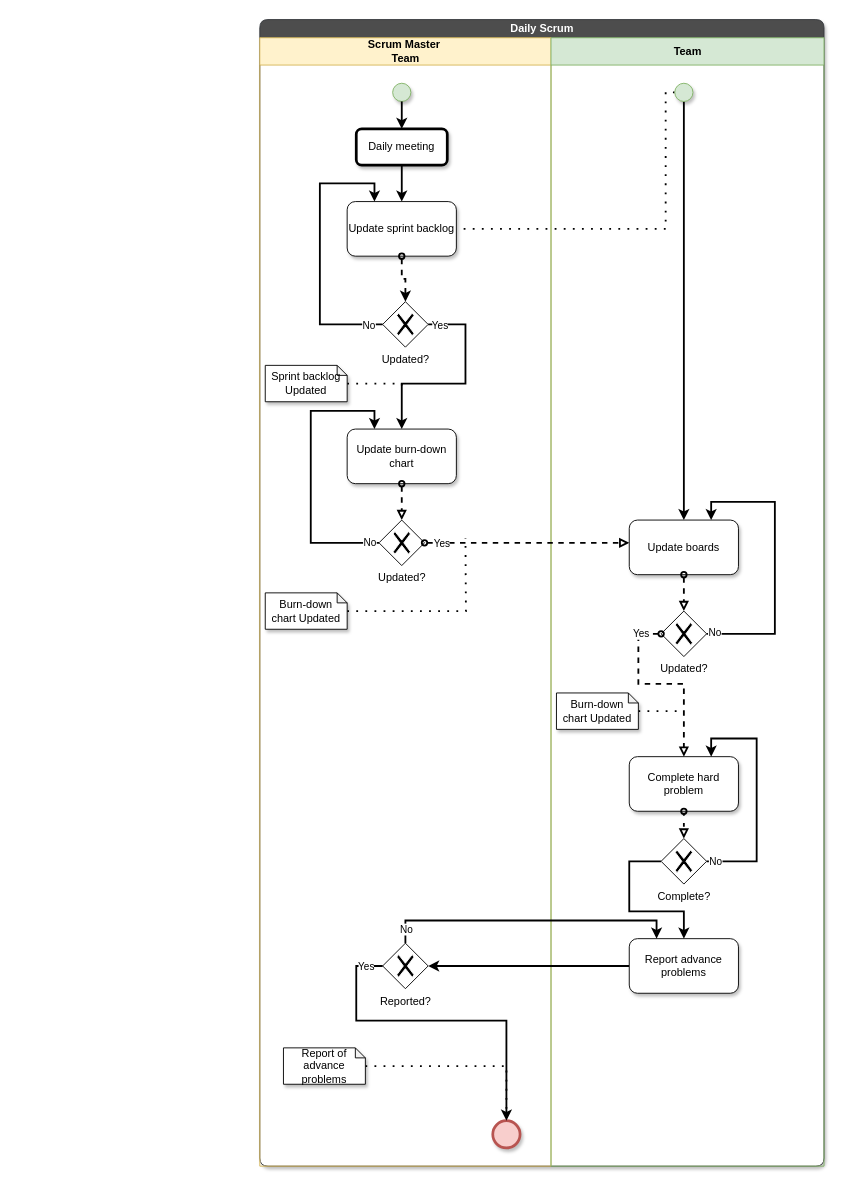
Before: page "Daly Meeting" (7 of 12) of BPMN_Pre-game.drawio in JavierCabreraDev/Metodologia_Practica, a draw.io diagram. Source tidied: cells renumbered, new cells numbered last; positions are measured from the earlier drawing's top-left corner, leaving out a move shared by most shapes. Both pictures are drawn from the tidied source at 91%, with x=0, y=0 at pixel (259, 19).
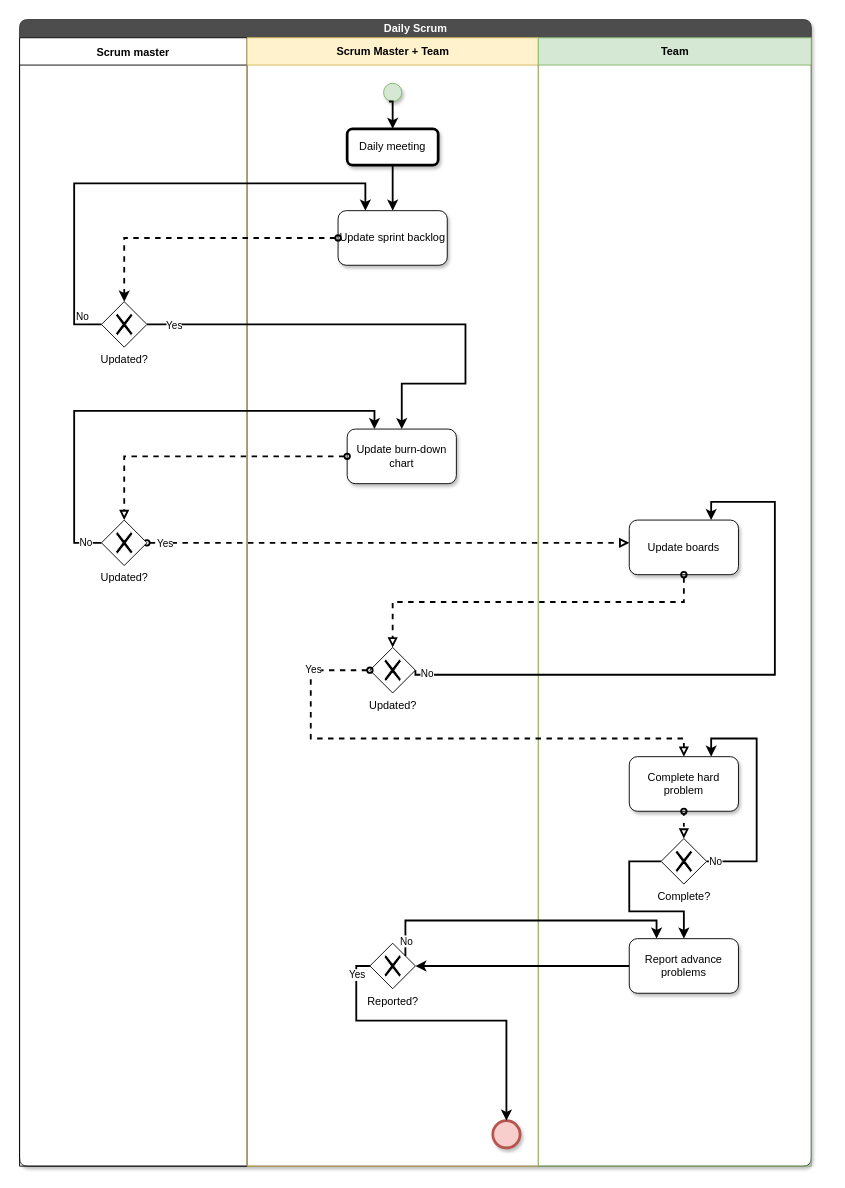
The same diagram, later.

Unchanged cells that the change refers to:
```xml
<mxCell id="23" value="Update burn-down chart" style="shape=ext;rounded=1;html=1;whiteSpace=wrap;shadow=1;glass=0;gradientColor=none;" parent="1" vertex="1">
  <mxGeometry x="96" y="450" width="120" height="60" as="geometry" />
</mxCell>
<mxCell id="29" value="Update boards" style="shape=ext;rounded=1;html=1;whiteSpace=wrap;shadow=1;glass=0;gradientColor=none;" parent="1" vertex="1">
  <mxGeometry x="406" y="550" width="120" height="60" as="geometry" />
</mxCell>
<mxCell id="30" style="edgeStyle=orthogonalEdgeStyle;rounded=0;jettySize=auto;html=1;startArrow=oval;startFill=0;endArrow=block;endFill=0;strokeWidth=2;dashed=1;" parent="1" edge="1" source="6">
  <mxGeometry relative="1" as="geometry">
    <mxPoint x="406" y="575" as="targetPoint" />
  </mxGeometry>
</mxCell>
<mxCell id="39" value="Complete hard problem" style="shape=ext;rounded=1;html=1;whiteSpace=wrap;shadow=1;glass=0;gradientColor=none;" parent="1" vertex="1">
  <mxGeometry x="406" y="810" width="120" height="60" as="geometry" />
</mxCell>
<mxCell id="52" style="shape=mxgraph.bpmn.shape;html=1;verticalLabelPosition=bottom;labelBackgroundColor=#ffffff;verticalAlign=top;align=center;perimeter=ellipsePerimeter;outlineConnect=0;outline=end;symbol=general;rounded=0;shadow=1;glass=0;fillColor=#f8cecc;strokeColor=#b85450;" parent="1" vertex="1">
  <mxGeometry x="256" y="1210" width="30" height="30" as="geometry" />
</mxCell>
```

Diff of the diagram source:
```diff
@@
     <mxCell id="2" value="&lt;font color=&quot;#ffffff&quot;&gt;Daily Scrum&lt;/font&gt;" style="swimlane;html=1;startSize=20;shadow=1;glass=0;swimlaneFillColor=#ffffff;strokeColor=#36393d;fillColor=#4D4D4D;rounded=1;sketch=0;" parent="1" vertex="1">
-      <mxGeometry width="620" height="1260" as="geometry" />
+      <mxGeometry x="-264" width="870" height="1260" as="geometry" />
     </mxCell>
+    <mxCell id="55" value="Scrum master" style="swimlane;startSize=30;" parent="2" vertex="1">
+      <mxGeometry y="20" width="250" height="1240" as="geometry" />
+    </mxCell>
+    <mxCell id="5" value="Updated?" style="shape=mxgraph.bpmn.shape;html=1;verticalLabelPosition=bottom;labelBackgroundColor=#ffffff;verticalAlign=top;align=center;perimeter=rhombusPerimeter;background=gateway;outlineConnect=0;outline=none;symbol=exclusiveGw;" parent="55" vertex="1">
+      <mxGeometry x="90" y="290" width="50" height="50" as="geometry" />
+    </mxCell>
-    <mxCell id="3" value="Scrum Master&amp;nbsp;&lt;br&gt;Team" style="swimlane;html=1;startSize=30;fillColor=#fff2cc;strokeColor=#d6b656;" parent="2" vertex="1">
-      <mxGeometry y="20" width="320" height="1240" as="geometry" />
+    <mxCell id="3" value="Scrum Master + Team" style="swimlane;html=1;startSize=30;fillColor=#fff2cc;strokeColor=#d6b656;" parent="2" vertex="1">
+      <mxGeometry x="250" y="20" width="320" height="1240" as="geometry" />
     </mxCell>
     <mxCell id="4" style="ellipse;whiteSpace=wrap;html=1;shadow=1;glass=0;fillColor=#d5e8d4;strokeColor=#82b366;" parent="3" vertex="1">
-      <mxGeometry x="146" y="50" width="20" height="20" as="geometry" />
+      <mxGeometry x="150" y="50" width="20" height="20" as="geometry" />
     </mxCell>
-    <mxCell id="5" value="Updated?" style="shape=mxgraph.bpmn.shape;html=1;verticalLabelPosition=bottom;labelBackgroundColor=#ffffff;verticalAlign=top;align=center;perimeter=rhombusPerimeter;background=gateway;outlineConnect=0;outline=none;symbol=exclusiveGw;" parent="3" vertex="1">
-      <mxGeometry x="135" y="290" width="50" height="50" as="geometry" />
-    </mxCell>
-    <mxCell id="6" value="Updated?" style="shape=mxgraph.bpmn.shape;html=1;verticalLabelPosition=bottom;labelBackgroundColor=#ffffff;verticalAlign=top;align=center;perimeter=rhombusPerimeter;background=gateway;outlineConnect=0;outline=none;symbol=exclusiveGw;" parent="3" vertex="1">
-      <mxGeometry x="131" y="530" width="50" height="50" as="geometry" />
-    </mxCell>
@@
+    <mxCell id="9" value="Updated?" style="shape=mxgraph.bpmn.shape;html=1;verticalLabelPosition=bottom;labelBackgroundColor=#ffffff;verticalAlign=top;align=center;perimeter=rhombusPerimeter;background=gateway;outlineConnect=0;outline=none;symbol=exclusiveGw;" parent="3" vertex="1">
+      <mxGeometry x="135" y="670" width="50" height="50" as="geometry" />
+    </mxCell>
     <mxCell id="8" value="Team" style="swimlane;html=1;startSize=30;fillColor=#d5e8d4;strokeColor=#82b366;" parent="2" vertex="1">
-      <mxGeometry x="320" y="20" width="300" height="1240" as="geometry" />
+      <mxGeometry x="570" y="20" width="300" height="1240" as="geometry" />
     </mxCell>
-    <mxCell id="9" value="Updated?" style="shape=mxgraph.bpmn.shape;html=1;verticalLabelPosition=bottom;labelBackgroundColor=#ffffff;verticalAlign=top;align=center;perimeter=rhombusPerimeter;background=gateway;outlineConnect=0;outline=none;symbol=exclusiveGw;" parent="8" vertex="1">
-      <mxGeometry x="121" y="630" width="50" height="50" as="geometry" />
-    </mxCell>
     <mxCell id="10" value="Complete?" style="shape=mxgraph.bpmn.shape;html=1;verticalLabelPosition=bottom;labelBackgroundColor=#ffffff;verticalAlign=top;align=center;perimeter=rhombusPerimeter;background=gateway;outlineConnect=0;outline=none;symbol=exclusiveGw;" parent="8" vertex="1">
-      <mxGeometry x="121" y="880" width="50" height="50" as="geometry" />
+      <mxGeometry x="135" y="880" width="50" height="50" as="geometry" />
     </mxCell>
@@
     <mxCell id="12" value="&lt;p&gt;&lt;font style=&quot;font-size: 12px&quot;&gt;Daily meeting&lt;/font&gt;&lt;/p&gt;" style="shape=ext;rounded=1;html=1;whiteSpace=wrap;strokeWidth=3;shadow=1;glass=0;" parent="1" vertex="1">
-      <mxGeometry x="106" y="120" width="100" height="40" as="geometry" />
+      <mxGeometry x="96" y="120" width="100" height="40" as="geometry" />
     </mxCell>
-    <mxCell id="13" style="edgeStyle=orthogonalEdgeStyle;rounded=0;jettySize=auto;html=1;startArrow=none;startFill=0;endArrow=classic;endFill=1;strokeWidth=2;" parent="1" edge="1" source="4" target="12">
+    <mxCell id="13" style="edgeStyle=orthogonalEdgeStyle;rounded=0;jettySize=auto;html=1;startArrow=none;startFill=0;endArrow=classic;endFill=1;strokeWidth=2;entryX=0.5;entryY=0;entryDx=0;entryDy=0;" parent="1" edge="1" target="12">
       <mxGeometry relative="1" as="geometry">
+        <mxPoint x="142" y="90" as="sourcePoint" />
         <Array as="points">
-          <mxPoint x="156" y="100" />
-          <mxPoint x="156" y="100" />
+          <mxPoint x="146" y="90" />
         </Array>
       </mxGeometry>
     </mxCell>
     <mxCell id="14" value="Update sprint backlog" style="shape=ext;rounded=1;html=1;whiteSpace=wrap;shadow=1;glass=0;gradientColor=none;" parent="1" vertex="1">
-      <mxGeometry x="96" y="200" width="120" height="60" as="geometry" />
+      <mxGeometry x="86" y="210" width="120" height="60" as="geometry" />
     </mxCell>
-    <mxCell id="15" style="edgeStyle=orthogonalEdgeStyle;rounded=0;jettySize=auto;html=1;entryX=1;entryY=0.5;entryDx=0;entryDy=0;startArrow=none;startFill=0;endArrow=none;endFill=0;strokeWidth=2;dashed=1;dashPattern=1 4;" parent="1" edge="1" source="17" target="14">
-      <mxGeometry relative="1" as="geometry">
-        <Array as="points">
-          <mxPoint x="446" y="80" />
-          <mxPoint x="446" y="230" />
-        </Array>
-      </mxGeometry>
-    </mxCell>
-    <mxCell id="16" style="edgeStyle=orthogonalEdgeStyle;rounded=0;jettySize=auto;html=1;entryX=0.5;entryY=0;entryDx=0;entryDy=0;startArrow=none;startFill=0;endArrow=classic;endFill=1;strokeWidth=2;" parent="1" edge="1" source="17" target="29">
-      <mxGeometry relative="1" as="geometry" />
-    </mxCell>
-    <mxCell id="17" style="ellipse;whiteSpace=wrap;html=1;shadow=1;glass=0;fillColor=#d5e8d4;strokeColor=#82b366;" parent="1" vertex="1">
-      <mxGeometry x="456" y="70" width="20" height="20" as="geometry" />
-    </mxCell>
     <mxCell id="18" style="edgeStyle=orthogonalEdgeStyle;rounded=0;jettySize=auto;html=1;dashed=1;startArrow=oval;startFill=0;endArrow=classic;endFill=1;strokeWidth=2;" parent="1" edge="1" source="14" target="5">
-      <mxGeometry relative="1" as="geometry" />
+      <mxGeometry relative="1" as="geometry">
+        <Array as="points">
+          <mxPoint x="-149" y="240" />
+        </Array>
+      </mxGeometry>
     </mxCell>
     <mxCell id="19" style="edgeStyle=orthogonalEdgeStyle;rounded=0;jettySize=auto;html=1;entryX=0.25;entryY=0;entryDx=0;entryDy=0;startArrow=none;startFill=0;endArrow=classic;endFill=1;strokeWidth=2;" parent="1" edge="1" source="5" target="14">
       <mxGeometry relative="1" as="geometry">
         <Array as="points">
-          <mxPoint x="66" y="335" />
-          <mxPoint x="66" y="180" />
-          <mxPoint x="126" y="180" />
+          <mxPoint x="-204" y="335" />
+          <mxPoint x="-204" y="180" />
+          <mxPoint x="116" y="180" />
         </Array>
       </mxGeometry>
     </mxCell>
@@
-    <mxCell id="21" style="edgeStyle=orthogonalEdgeStyle;rounded=0;jettySize=auto;html=1;startArrow=none;startFill=0;endArrow=none;endFill=0;strokeWidth=2;dashed=1;dashPattern=1 4;" parent="1" edge="1" source="22">
-      <mxGeometry relative="1" as="geometry">
-        <mxPoint x="156" y="410" as="targetPoint" />
-        <Array as="points">
-          <mxPoint x="156" y="400" />
-        </Array>
-      </mxGeometry>
-    </mxCell>
-    <mxCell id="22" value="Sprint backlog Updated" style="shape=note;whiteSpace=wrap;html=1;backgroundOutline=1;darkOpacity=0.05;rounded=0;shadow=1;glass=0;gradientColor=none;size=11;" parent="1" vertex="1">
-      <mxGeometry x="6" y="380" width="90" height="40" as="geometry" />
-    </mxCell>
@@
-    <mxCell id="27" style="edgeStyle=orthogonalEdgeStyle;rounded=0;jettySize=auto;html=1;dashed=1;startArrow=none;startFill=0;endArrow=none;endFill=0;strokeWidth=2;dashPattern=1 4;" parent="1" edge="1" source="28">
-      <mxGeometry relative="1" as="geometry">
-        <mxPoint x="226" y="570" as="targetPoint" />
-      </mxGeometry>
-    </mxCell>
-    <mxCell id="28" value="Burn-down chart Updated" style="shape=note;whiteSpace=wrap;html=1;backgroundOutline=1;darkOpacity=0.05;rounded=0;shadow=1;glass=0;gradientColor=none;size=11;" parent="1" vertex="1">
-      <mxGeometry x="6" y="630" width="90" height="40" as="geometry" />
-    </mxCell>
@@
     <mxCell id="31" value="Yes" style="edgeLabel;html=1;align=center;verticalAlign=middle;" parent="30" vertex="1">
-      <mxGeometry x="-0.84" relative="1" as="geometry" />
+      <mxGeometry x="-0.84" relative="1" as="geometry">
+        <mxPoint x="-22.9" as="offset" />
+      </mxGeometry>
     </mxCell>
     <mxCell id="32" style="edgeStyle=orthogonalEdgeStyle;rounded=0;jettySize=auto;html=1;entryX=0.25;entryY=0;entryDx=0;entryDy=0;startArrow=none;startFill=0;endArrow=classic;endFill=1;strokeWidth=2;exitX=0;exitY=0.5;exitDx=0;exitDy=0;" parent="1" edge="1" source="6" target="23">
       <mxGeometry relative="1" as="geometry">
         <Array as="points">
-          <mxPoint x="56" y="575" />
-          <mxPoint x="56" y="430" />
+          <mxPoint x="-204" y="575" />
+          <mxPoint x="-204" y="430" />
           <mxPoint x="126" y="430" />
         </Array>
       </mxGeometry>
     </mxCell>
@@
-    <mxCell id="34" style="edgeStyle=orthogonalEdgeStyle;rounded=0;jettySize=auto;html=1;startArrow=oval;startFill=0;endArrow=block;endFill=0;strokeWidth=2;dashed=1;" parent="1" edge="1" source="29">
+    <mxCell id="34" style="edgeStyle=orthogonalEdgeStyle;rounded=0;jettySize=auto;html=1;startArrow=oval;startFill=0;endArrow=block;endFill=0;strokeWidth=2;dashed=1;entryX=0.5;entryY=0;entryDx=0;entryDy=0;" parent="1" edge="1" source="29" target="9">
       <mxGeometry relative="1" as="geometry">
-        <mxPoint x="466" y="650" as="targetPoint" />
+        <Array as="points">
+          <mxPoint x="466" y="640" />
+          <mxPoint x="146" y="640" />
+        </Array>
       </mxGeometry>
     </mxCell>
     <mxCell id="35" style="edgeStyle=orthogonalEdgeStyle;rounded=0;jettySize=auto;html=1;entryX=0.75;entryY=0;entryDx=0;entryDy=0;startArrow=none;startFill=0;endArrow=classic;endFill=1;strokeWidth=2;exitX=1;exitY=0.5;exitDx=0;exitDy=0;" parent="1" edge="1" source="9" target="29">
       <mxGeometry relative="1" as="geometry">
         <Array as="points">
-          <mxPoint x="566" y="675" />
+          <mxPoint x="171" y="720" />
+          <mxPoint x="566" y="720" />
           <mxPoint x="566" y="530" />
           <mxPoint x="496" y="530" />
         </Array>
       </mxGeometry>
     </mxCell>
@@
-    <mxCell id="37" style="edgeStyle=orthogonalEdgeStyle;rounded=0;jettySize=auto;html=1;dashed=1;startArrow=none;startFill=0;endArrow=none;endFill=0;strokeWidth=2;dashPattern=1 4;" parent="1" edge="1" source="38">
-      <mxGeometry relative="1" as="geometry">
-        <mxPoint x="466" y="760" as="targetPoint" />
-      </mxGeometry>
-    </mxCell>
-    <mxCell id="38" value="Burn-down chart Updated" style="shape=note;whiteSpace=wrap;html=1;backgroundOutline=1;darkOpacity=0.05;rounded=0;shadow=1;glass=0;gradientColor=none;size=11;" parent="1" vertex="1">
-      <mxGeometry x="326" y="740" width="90" height="40" as="geometry" />
-    </mxCell>
@@
     <mxCell id="40" style="edgeStyle=orthogonalEdgeStyle;rounded=0;jettySize=auto;html=1;entryX=0.5;entryY=0;entryDx=0;entryDy=0;startArrow=oval;startFill=0;endArrow=block;endFill=0;strokeWidth=2;dashed=1;" parent="1" edge="1" source="9" target="39">
       <mxGeometry relative="1" as="geometry">
         <Array as="points">
-          <mxPoint x="416" y="675" />
-          <mxPoint x="416" y="730" />
-          <mxPoint x="466" y="730" />
+          <mxPoint x="56" y="715" />
+          <mxPoint x="56" y="790" />
+          <mxPoint x="466" y="790" />
         </Array>
       </mxGeometry>
     </mxCell>
@@
-    <mxCell id="50" style="edgeStyle=orthogonalEdgeStyle;rounded=0;jettySize=auto;html=1;startArrow=none;startFill=0;endArrow=none;endFill=0;strokeWidth=2;dashed=1;dashPattern=1 4;entryX=0.5;entryY=0;entryDx=0;entryDy=0;" parent="1" edge="1" source="51" target="52">
-      <mxGeometry relative="1" as="geometry" />
-    </mxCell>
-    <mxCell id="51" value="Report of advance problems" style="shape=note;whiteSpace=wrap;html=1;backgroundOutline=1;darkOpacity=0.05;rounded=0;shadow=1;glass=0;gradientColor=none;size=11;" parent="1" vertex="1">
-      <mxGeometry x="26" y="1130" width="90" height="40" as="geometry" />
-    </mxCell>
@@
+    <mxCell id="6" value="Updated?" style="shape=mxgraph.bpmn.shape;html=1;verticalLabelPosition=bottom;labelBackgroundColor=#ffffff;verticalAlign=top;align=center;perimeter=rhombusPerimeter;background=gateway;outlineConnect=0;outline=none;symbol=exclusiveGw;" parent="1" vertex="1">
+      <mxGeometry x="-174" y="550" width="50" height="50" as="geometry" />
+    </mxCell>
```
